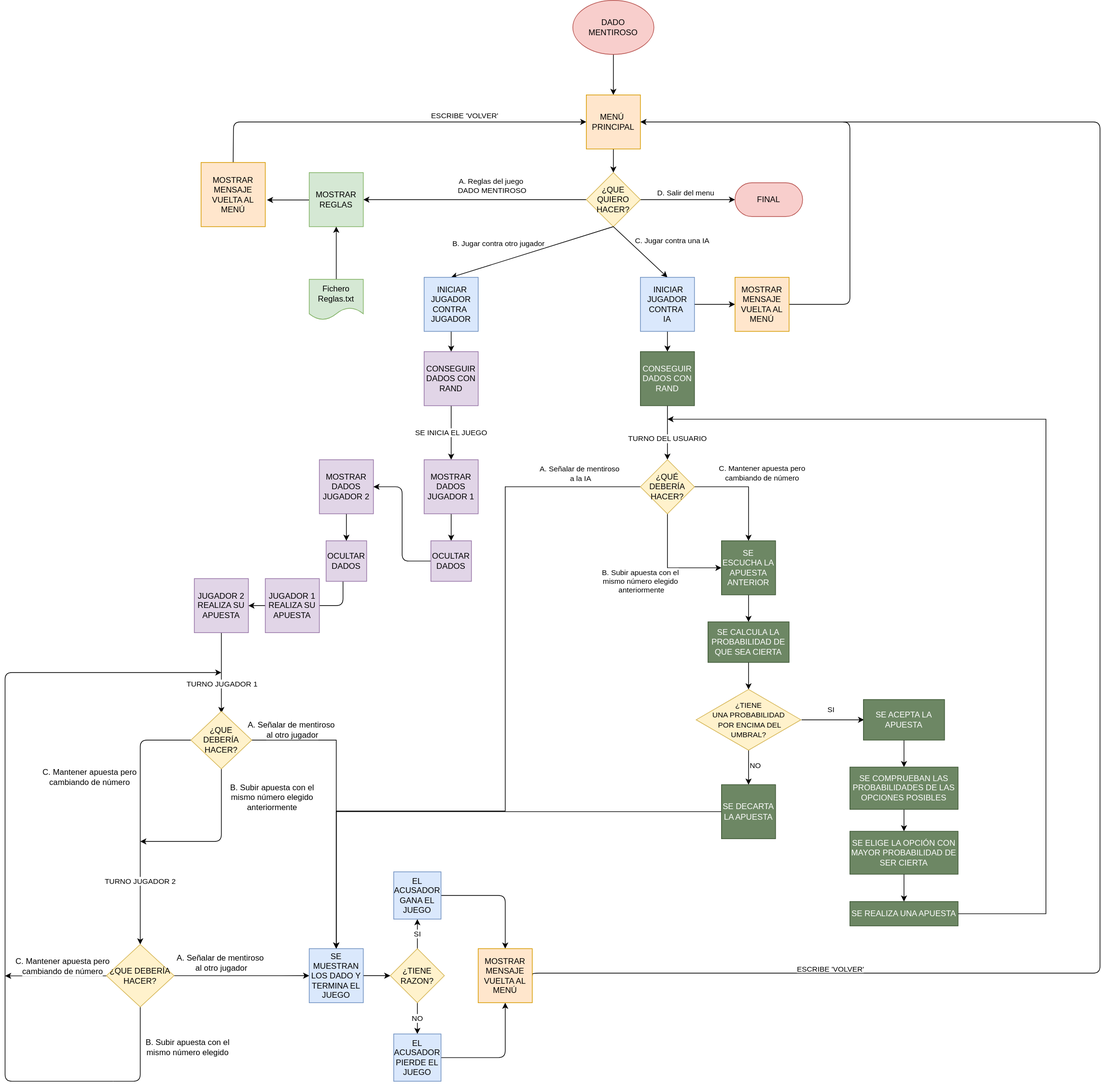
Above: DIAGRAMA DE FLUJO PROVISIONAL/Diagrama de flujo.svg in aigora/twIE_2021-proyecto_dado_mentiroso_2021 (draw.io), before the change. Source tidied: cells renumbered, new cells last; positions are measured from the earlier drawing's top-left corner, leaving out a move shared by most shapes.
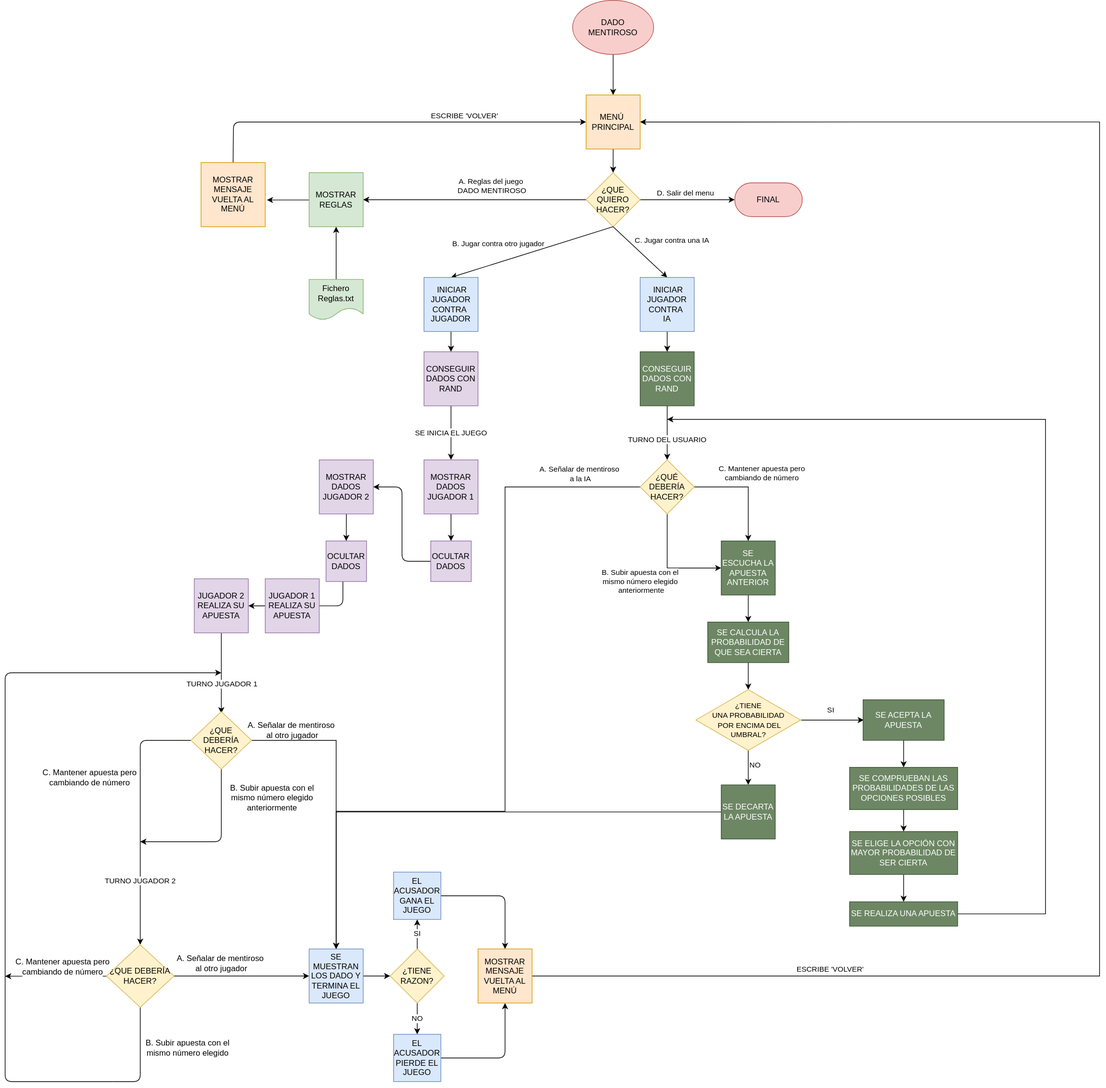
After the change.

The edit, as a diff of the source:
```diff
@@ -47,9 +47,6 @@
         <mxPoint y="1" as="offset" />
       </mxGeometry>
     </mxCell>
-    <mxCell id="12" style="edgeStyle=orthogonalEdgeStyle;rounded=1;sketch=0;jettySize=auto;html=1;entryX=0;entryY=0.5;entryDx=0;entryDy=0;shadow=0;startArrow=none;startFill=0;endArrow=classic;endFill=1;strokeColor=#000000;" parent="1" edge="1" source="14" target="45">
-      <mxGeometry relative="1" as="geometry" />
-    </mxCell>
     <mxCell id="13" style="edgeStyle=orthogonalEdgeStyle;rounded=0;jettySize=auto;html=1;" parent="1" edge="1" source="14" target="70">
       <mxGeometry relative="1" as="geometry" />
     </mxCell>
@@ -201,16 +198,14 @@
     <mxCell id="39" value="MENÚ&amp;nbsp;&lt;br&gt;PRINCIPAL" style="whiteSpace=wrap;html=1;fillColor=#ffe6cc;strokeColor=#d79b00;" parent="1" vertex="1">
       <mxGeometry x="860" y="140" width="80" height="80" as="geometry" />
     </mxCell>
-    <mxCell id="40" style="edgeStyle=orthogonalEdgeStyle;rounded=1;sketch=0;jettySize=auto;html=1;shadow=0;startArrow=none;startFill=0;endArrow=none;endFill=0;strokeColor=#000000;exitX=1;exitY=0.5;exitDx=0;exitDy=0;" parent="1" edge="1" source="41">
-      <mxGeometry relative="1" as="geometry">
-        <mxPoint x="1240" y="180" as="targetPoint" />
-        <Array as="points">
-          <mxPoint x="780" y="1440" />
-          <mxPoint x="1620" y="1440" />
-          <mxPoint x="1620" y="180" />
-        </Array>
-      </mxGeometry>
-    </mxCell>
+    <mxCell id="93" style="edgeStyle=orthogonalEdgeStyle;rounded=0;jettySize=auto;html=1;entryX=1;entryY=0.5;entryDx=0;entryDy=0;" parent="1" edge="1" source="41" target="39">
+      <mxGeometry relative="1" as="geometry">
+        <Array as="points">
+          <mxPoint x="1620" y="1444" />
+          <mxPoint x="1620" y="180" />
+        </Array>
+      </mxGeometry>
+    </mxCell>
     <mxCell id="41" value="&lt;span&gt;MOSTRAR MENSAJE VUELTA AL MENÚ&lt;/span&gt;" style="whiteSpace=wrap;html=1;fillColor=#ffe6cc;strokeColor=#d79b00;" parent="1" vertex="1">
       <mxGeometry x="700" y="1403.8" width="80" height="80" as="geometry" />
     </mxCell>
@@ -222,17 +217,6 @@
         <mxPoint x="-581" y="-390" as="offset" />
       </mxGeometry>
     </mxCell>
-    <mxCell id="44" style="edgeStyle=orthogonalEdgeStyle;rounded=1;sketch=0;jettySize=auto;html=1;shadow=0;startArrow=none;startFill=0;endArrow=classic;endFill=1;strokeColor=#000000;entryX=1;entryY=0.5;entryDx=0;entryDy=0;" parent="1" edge="1" source="45" target="39">
-      <mxGeometry relative="1" as="geometry">
-        <Array as="points">
-          <mxPoint x="1250" y="450" />
-          <mxPoint x="1250" y="180" />
-        </Array>
-      </mxGeometry>
-    </mxCell>
-    <mxCell id="45" value="MOSTRAR MENSAJE VUELTA AL MENÚ" style="whiteSpace=wrap;html=1;fillColor=#ffe6cc;strokeColor=#d79b00;" parent="1" vertex="1">
-      <mxGeometry x="1080" y="410" width="80" height="80" as="geometry" />
-    </mxCell>
     <mxCell id="46" style="edgeStyle=orthogonalEdgeStyle;rounded=1;sketch=0;jettySize=auto;html=1;entryX=0.5;entryY=0;entryDx=0;entryDy=0;shadow=0;startArrow=none;startFill=0;endArrow=classic;endFill=1;strokeColor=#000000;" parent="1" edge="1" source="47" target="16">
       <mxGeometry relative="1" as="geometry" />
     </mxCell>
```
